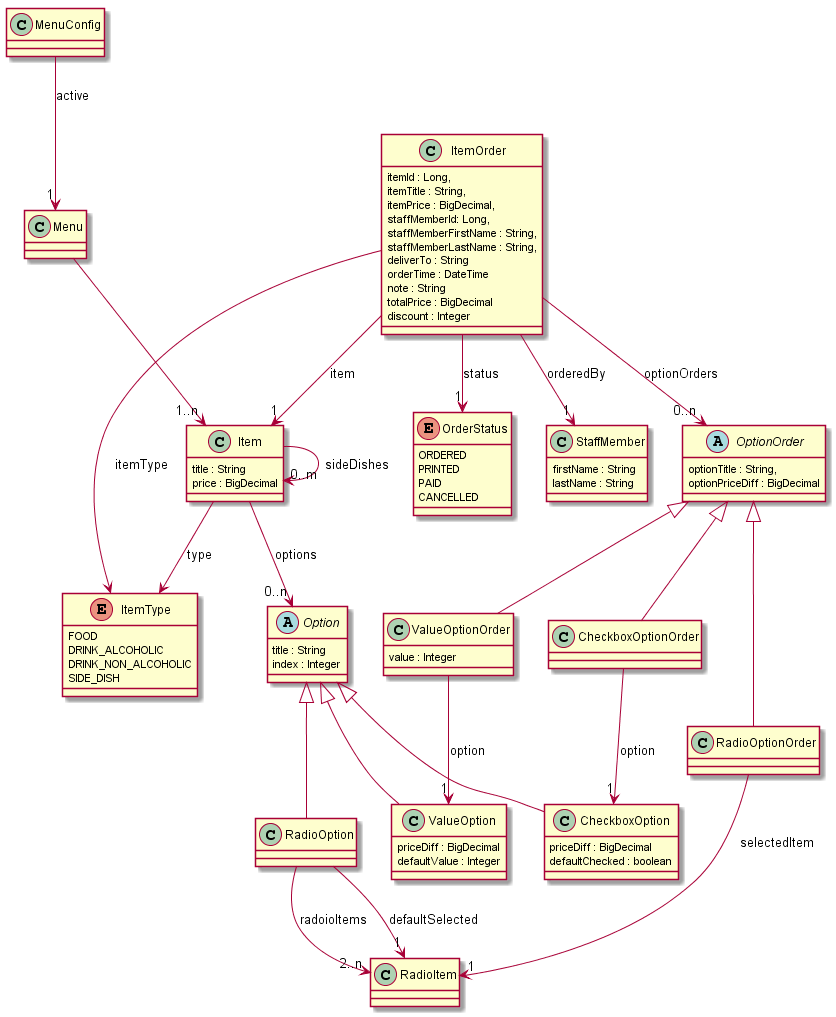
Earlier version of the PlantUML export images/domain-model.png (clboettcher/bonappetit).
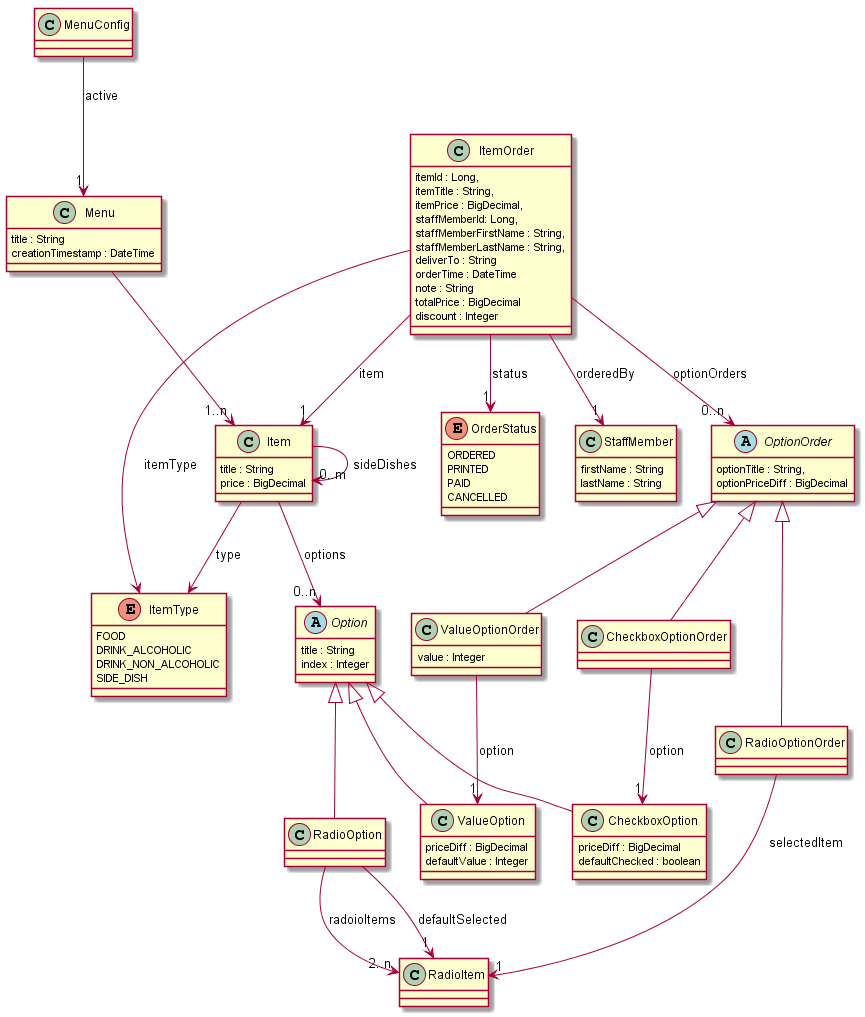
The same diagram one commit later.

Change to the diagram source:
```diff
@@ -1,6 +1,10 @@
 @startuml
 class MenuConfig
-class Menu
+class Menu {
+    title : String
+    creationTimestamp : DateTime
+}
+
 class Item {
     title : String
     price : BigDecimal
```
